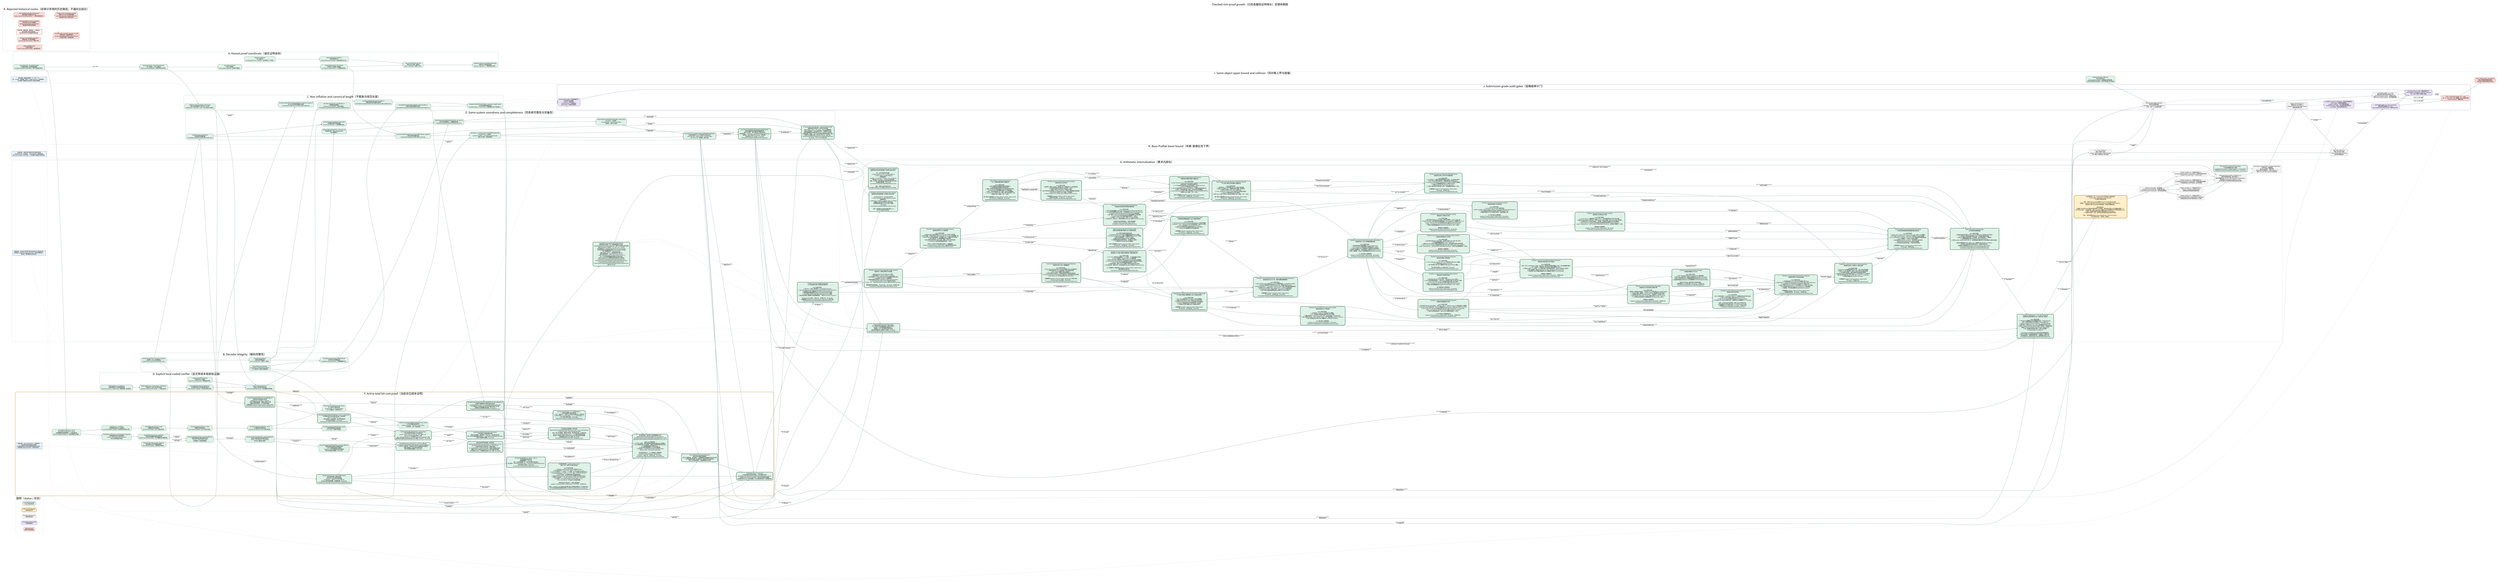
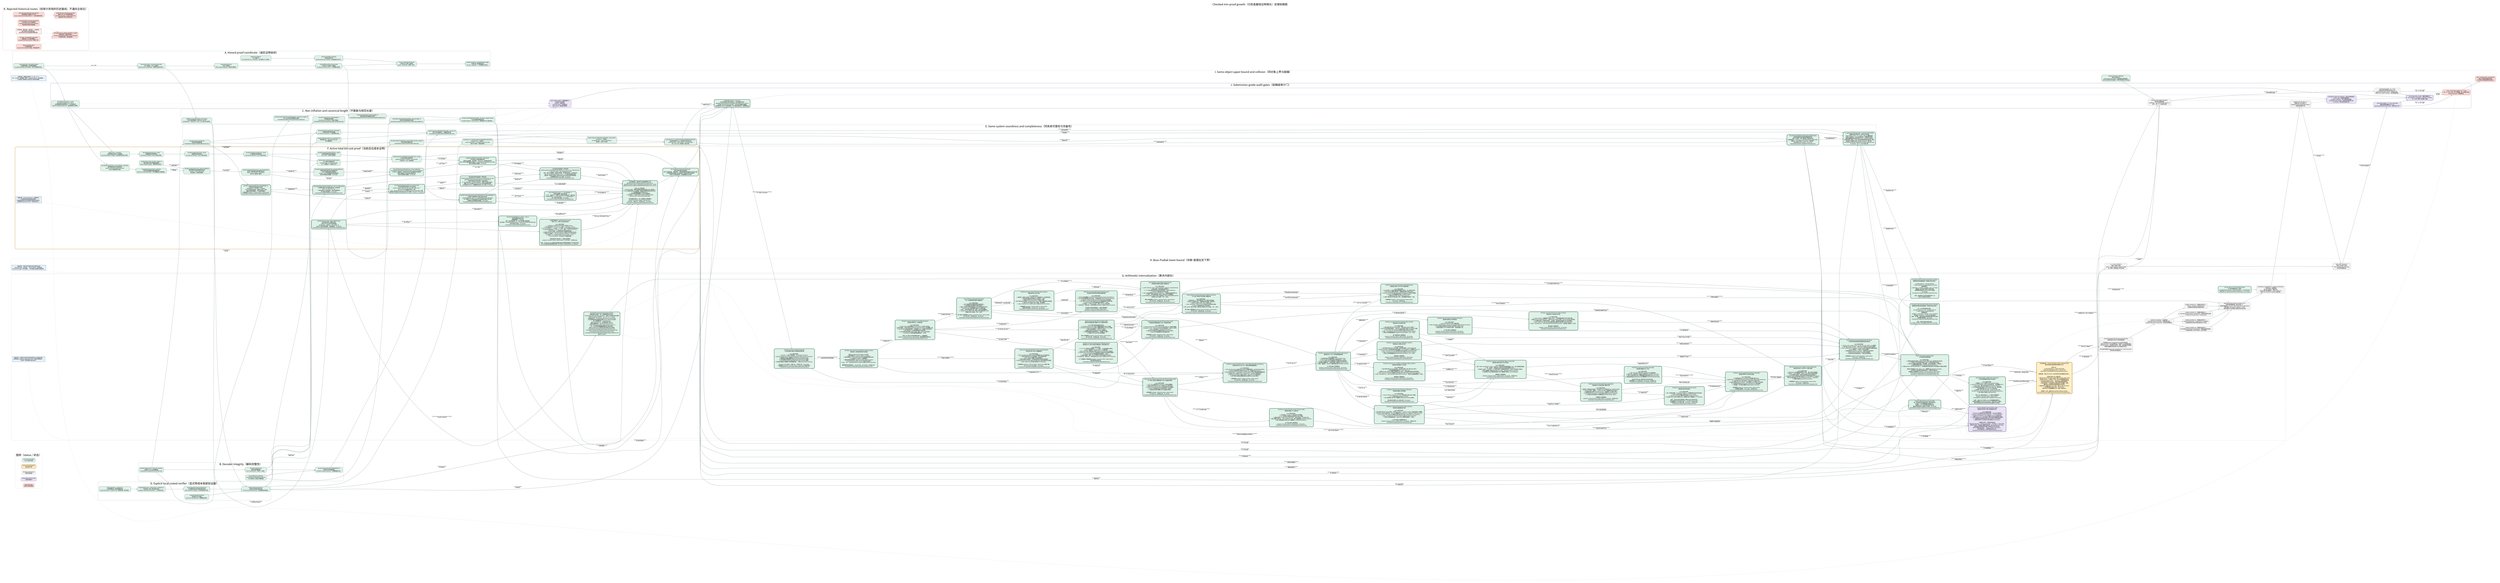
digraph CheckedMinProofDependencies {
  graph [
    rankdir=LR,
    bgcolor="white",
    compound=true,
    newrank=true,
    pad="0.35",
    nodesep="0.30",
    ranksep="0.62",
    fontname="Noto Sans CJK SC",
    fontsize=24,
    label="Checked min-proof growth（已检查最短证明增长）定理依赖图",
    labelloc="t",
    labeljust="c"
  ];
  node [
    shape=box,
    style="rounded,filled",
    fontname="Noto Sans CJK SC",
    fontsize=10.5,
    color="#526d75",
    fillcolor="#eef3f4",
    margin="0.14,0.09",
    penwidth=1.2
  ];
  edge [
    fontname="Noto Sans CJK SC",
    fontsize=8.5,
    color="#65777d",
    arrowsize=0.68,
    penwidth=1.05
  ];

  subgraph cluster_legend {
    label="图例（status / 状态）";
    color="#c8d1d4";
    style="rounded";
    done [label="Lean kernel checked\nLean 内核已检查", fillcolor="#dff2e8", color="#3f7c66"];
    active [label="Active proof obligation\n当前证明义务", fillcolor="#fff0c9", color="#b37a12", penwidth=2.2];
    pending [label="Pending root theorem\n待闭合根定理", fillcolor="#f3f3f3", color="#777777", style="rounded,filled,dashed"];
    audit [label="Axiom/dependency audit\n公理/依赖审计", fillcolor="#e9e3f5", color="#76639a"];
    rejected [label="Rejected route\n经审计弃用的路线", fillcolor="#f8d9d6", color="#a8443d", style="rounded,filled,dashed"];
  }

  subgraph cluster_coordinate {
    label="A. Honest proof coordinate（诚实证明坐标）";
    color="#8fb7aa";
    style="rounded";

    natcode [label="binaryNatCode / decodeBinaryNat\n自然数前缀码 / 自然数前缀解码\nescaped-bit prefix serialization（转义位前缀序列化）", fillcolor="#dff2e8"];
    syntaxcode [label="binaryTermCode + binaryFormulaCode\n项二进制码 + 公式二进制码\ntyped syntax serialization（类型化语法序列化）", fillcolor="#dff2e8"];
    sequentcode [label="binarySequentCode\n序列二进制码\nfinite sequent payload（有限序列载荷）", fillcolor="#dff2e8"];
    prooftree [label="CheckedPAProofTree.binaryCode\n已检查 PA 证明树二进制码\n10 sequent-calculus rules（十条相继式规则）", fillcolor="#dff2e8"];
    axiomcert [label="PAAxiomCertificate\nPA 公理证书\n23 constructors incl. induction（含归纳的 23 个构造）", fillcolor="#dff2e8"];
    structcert [label="StructuralValidityCertificate\n结构有效性证书\nall local witnesses counted（全部局部见证计长）", fillcolor="#dff2e8"];
    certifiedcode [label="binaryCertifiedPAProofCode\n带证书 PA 证明二进制码\nproof + certificate（证明 + 证书）", fillcolor="#dff2e8"];
    packedcode [label="packBinaryString / packedPayloadLength\n位串打包 / 有效载荷长度\nNat.size = payload + 1（自然数位长等式）", fillcolor="#dff2e8"];

    natcode -> syntaxcode [label="labels / 标签"];
    syntaxcode -> sequentcode;
    sequentcode -> prooftree;
    axiomcert -> structcert;
    prooftree -> certifiedcode;
    structcert -> certifiedcode;
    certifiedcode -> packedcode;
  }

  subgraph cluster_decoder {
    label="B. Decoder integrity（解码完整性）";
    color="#8fb7aa";
    style="rounded";

    typeddecoder [label="decodeCompactTerm / Formula / Sequent\n紧凑项 / 公式 / 序列解码器\nFoundationCompactPAProofVerifier.lean", fillcolor="#dff2e8"];
    proofdecoder [label="decodeCompactProof\n紧凑证明树解码器\nall 10 constructors（全部十个构造）", fillcolor="#dff2e8"];
    certdecoder [label="decodePAAxiomCertificate\ndecodeStructuralValidityCertificate\nPA 公理证书 / 结构证书解码器", fillcolor="#dff2e8"];
    packeddecoder [label="decodeCompactPackedCertifiedPAProof\n打包带证书证明解码器\nno hidden auxiliary witness（无隐藏辅助见证）", fillcolor="#dff2e8"];

    typeddecoder -> proofdecoder;
    certdecoder -> packeddecoder;
    proofdecoder -> packeddecoder;
  }

  subgraph cluster_size {
    label="C. Non-inflation and canonical length（不膨胀与规范长度）";
    color="#8fb7aa";
    style="rounded";

    structural [label="decodeCompactProof_parseWeight_le\n证明解码结构量界\nstructural non-inflation（结构不膨胀）\nFoundationCompactProofDecoderStructuralBound.lean", fillcolor="#dff2e8"];
    syntaxcanonical [label="decodeCompactTerm/Formula/Sequent_canonical_length_le\n项/公式/序列规范重编码长度界\nFoundationCompactCanonicalDecodeLength.lean", fillcolor="#dff2e8"];
    proofcanonical [label="decodeCompactProof_binaryLength_le\n完整证明树规范重编码长度界\nFoundationCompactProofCanonicalDecodeLengthComplete.lean", fillcolor="#dff2e8"];
    certcanonical [label="decodeStructuralValidityCertificate_binaryLength_le\n结构证书规范重编码长度界\nFoundationCompactCertificateCanonicalDecodeLength.lean", fillcolor="#dff2e8"];
    totalcanonical [label="compactCertifiedPAProofVerifier_canonical_length_bound\n公开验证器规范载荷总界\naccepted output <= honest input（接受输出不长于诚实输入）", fillcolor="#dff2e8"];
    transformsize [label="shift/free/neg/substitution size bounds\n移位/自由变量嵌入/否定/代入大小界\nsubstitution <= formula × term（代入至多公式乘项）", fillcolor="#dff2e8"];

    typeddecoder -> syntaxcanonical;
    proofdecoder -> structural;
    syntaxcanonical -> proofcanonical;
    certdecoder -> certcanonical;
    proofcanonical -> totalcanonical;
    certcanonical -> totalcanonical;
    syntaxcode -> transformsize;
  }

  subgraph cluster_explicit_local {
    label="D. Explicit local costed verifier（显式带成本局部验证器）";
    color="#8fb7aa";
    style="rounded";

    biteq [label="bitStringEqTrace / natEqTrace\n位串相等轨迹 / 自然数相等轨迹\nresult correctness + explicit cost（结果正确 + 显式成本）", fillcolor="#dff2e8"];
    bitset [label="bitStringMemTrace / SubsetTrace / SetEqTrace\n位串成员 / 包含 / 集合等价轨迹\nquadratic-style explicit bounds（二次型显式界）", fillcolor="#dff2e8"];
    formulalist [label="formulaEq/Mem/Subset/SetEqTrace\n公式相等/成员/包含/集合等价轨迹\ncode emission charged（公式码生成已计费）", fillcolor="#dff2e8"];
    listedtree [label="ListedCheckedPAProofTree\n列表序列 PA 证明树\npreserves decoded lists（保留解码列表）", fillcolor="#dff2e8"];
    listedcert [label="listedCertificateValidTrace\n列表证书有效性成本轨迹\nno Finset decide black box（无有限集判定黑箱）", fillcolor="#dff2e8"];

    biteq -> bitset;
    bitset -> formulalist;
    listedtree -> listedcert;
    formulalist -> listedcert;
    transformsize -> listedcert [label="local transforms\n局部变换"];
  }

  subgraph cluster_same_system {
    label="E. Same-system soundness and completeness（同系统可靠性与完备性）";
    color="#8fb7aa";
    style="rounded";

    listdecoder [label="decodeCompactListedProof\n列表保持证明解码器\nFoundationCompactListedProofDecoder.lean", fillcolor="#dff2e8"];
    projection [label="decodeCompactListedProof_toChecked\n列表解码投影到原检查器\n10-rule fuel induction（十规则燃料归纳）", fillcolor="#dff2e8"];
    localiff [label="listedCertificateValidTrace_toChecked_iff\n新局部轨迹 <-> 原 certificateValid\n语义精确等价", fillcolor="#dff2e8"];
    publiciff [label="listedCompactCertifiedPAProofVerifier_eq_true_iff\n新公开验证器接受 <-> 精确检查关系\nFoundationCompactListedCertifiedVerifier.lean", fillcolor="#dff2e8"];
    soundness [label="listedCompactCertifiedPAProofVerifier_toDerivation\nsoundness（可靠性）\naccepted code -> real PA Derivation2\n接受码 -> 真实 PA 推导", fillcolor="#dff2e8"];
    listencoder [label="decodeCompactListedProof_canonicalBinaryCode_append\n列表证明规范编码往返\nFoundationCompactListedProofEncoder.lean", fillcolor="#dff2e8"];
    completeness [label="derivation_to_listedCompactCertifiedPAProofVerifier\ncompleteness（完备性）\nreal PA derivation -> accepted canonical code\n真实 PA 推导 -> 规范接受码", fillcolor="#dff2e8"];
    predicate [label="Concrete P(x,y) / ListedCompactCertifiedPAProofChecks\n具体证明谓词 P(x,y) / 列表带证书检查关系\nsame formula + same checker + honest length\n同一公式 + 同一检查器 + 诚实长度", fillcolor="#dff2e8", penwidth=2.0];
    minmeasure [
      label="minListedCertifiedPAProofPayloadLength(formula)\n具体检查器诱导的最短完整载荷长度\n真实 PA 推导 -> 最小值由某个接受码实现\n任意接受码 -> minimum <= packedPayloadLength(code)\n接受码 -> 同公式真实 Derivation2（推导树）\n无项目级 proof_length；无 sorryAx\nFoundationCompactListedMinProofLength.lean",
      fillcolor="#dff2e8", color="#2f6f57", penwidth=2.8
    ];
    canonicalnormalize [
      label="P_canon(code, formulaCode) + canonical Bool verifier\n纯数值规范证明关系 + 规范布尔验证器\nBool verifier = true <-> P_canon，由 Lean 精确证明\n任意公开接受码 -> 同公式码规范码，完整载荷不增长\n最短完整载荷必由真实规范 proof + certificate 码实现\n全体码有限一致性 <-> 同 cutoff 的纯数值规范码有限一致性\n非规范/冗余编码不能人为压低 minimum（最小值）\nFoundationCompactListedCanonicalNormalization.lean\n无 sorryAx；仅三个 Lean 标准公理",
      fillcolor="#dff2e8", color="#2f6f57", penwidth=2.8
    ];

    typeddecoder -> listdecoder;
    listdecoder -> projection;
    proofdecoder -> projection;
    listedcert -> localiff;
    projection -> publiciff;
    localiff -> publiciff;
    packeddecoder -> publiciff;
    publiciff -> soundness;
    prooftree -> listencoder;
    listdecoder -> listencoder;
    listencoder -> completeness;
    listedcert -> completeness;
    soundness -> predicate;
    completeness -> predicate;
    predicate -> minmeasure [label="minimum over accepted codes\n对接受码取最小值"];
    completeness -> minmeasure [label="nonempty accepted set\n接受集合非空"];
    publiciff -> canonicalnormalize [label="decode every accepted code\n解码任意接受码"];
    listencoder -> canonicalnormalize [label="canonical re-encoding\n规范重编码"];
    totalcanonical -> canonicalnormalize [label="no payload growth\n载荷不增长"];
    minmeasure -> canonicalnormalize [label="minimum realized canonically\n最小值由规范码实现"];
  }

  subgraph cluster_cost_active {
    label="F. Active total bit-cost proof（当前总位成本证明）";
    color="#c18a27";
    style="rounded,bold";

    nattrace [label="decodeBinaryNatTrace_result\ndecodeBinaryNatTrace_cost_le\n自然数解码轨迹结果等价 + 二次位成本界\nNat.bit charged by Nat.size（按自然数位长收费）", fillcolor="#dff2e8", color="#3f7c66"];
    tracebind [label="OptionTrace + traceBind\n可选结果成本轨迹 + 轨迹绑定\nevery bind/failure charged（每次绑定/失败均计费）", fillcolor="#dff2e8", color="#3f7c66"];
    vectortrace [label="decodeManyVectorTrace_result\n向量解码轨迹结果等价\nLean kernel checked（Lean 内核已检查）", fillcolor="#dff2e8", color="#3f7c66"];
    termtrace [label="decodeCompactTermTrace_result\n项解码轨迹结果等价\nLean kernel checked（Lean 内核已检查）", fillcolor="#dff2e8", color="#3f7c66"];
    formulatrace [label="decodeCompactFormulaTrace_result\n公式解码轨迹结果等价\nLean kernel checked（Lean 内核已检查）", fillcolor="#dff2e8", color="#3f7c66"];
    prooftrace [label="decodeCompactListedProofTrace_result\n列表证明解码轨迹结果等价\nall 10 rules（全部十条规则）", fillcolor="#dff2e8", color="#3f7c66"];
    certtrace [label="PA/structural certificate decoder traces\nPA / 结构证书解码轨迹\n23 axiom tags + 4 recursive nodes\n23 个公理标签 + 4 种递归节点", fillcolor="#dff2e8", color="#3f7c66"];
    publictrace [label="listedCompactCertifiedPAProofVerifierTrace_result\n公开验证器轨迹结果等价\npacked envelope + formula + local checks\n打包外壳 + 公式 + 局部检查", fillcolor="#dff2e8", color="#3f7c66"];
    natpotential [label="decodeBinaryNatTrace_success/failure_potential\n自然数解码成功/失败势能界\nquartic consumed-prefix invariant\n四次已消费前缀不变量", fillcolor="#dff2e8", color="#3f7c66"];
    vectorpotential [label="decodeManyVectorTrace_potential\n任意长度向量解码摊还势能定理\ndisjoint consumed prefixes（互不重叠的已消费前缀）", fillcolor="#dff2e8", color="#3f7c66"];
    symbolcharge [label="arithmeticFunc/Rel_decode_charge_le\n算术函数/关系符号解码收费界\nfinite ORing language（有限有序环语言）", fillcolor="#dff2e8", color="#3f7c66"];
    termpotential [label="decodeCompactTermTrace_parserCostBound\n紧凑项解码器全路径摊还成本界\nsuccess + every failure path\n成功路径 + 全部失败路径", fillcolor="#dff2e8", color="#3f7c66"];
    formulapotential [label="decodeCompactFormulaTrace_parserCostBound\n紧凑公式解码器全路径摊还成本界\natoms / connectives / quantifiers\n原子式 / 联结词 / 量词", fillcolor="#dff2e8", color="#3f7c66"];
    proofpotential [
      label="decodeCompactListedProofTrace_parserCostBound\n列表证明树全路径四次势能成本界\n十条 PA 相继式规则全部通过\nand/cut 二叉子证明势能已望远镜相消\n成功/失败路径全覆盖；无 sorryAx",
      fillcolor="#dff2e8", color="#3f7c66"
    ];
    certpotential [
      label="decodePAAxiomCertificateTrace_parserCostBound\ndecodeStructuralValidityCertificateTrace_parserCostBound\n23 种 PA 公理标签 + 4 种递归证书节点全路径四次势能界\n归纳公理体和二元证书树已摊还闭合\n成功/失败路径全覆盖；无 sorryAx",
      fillcolor="#dff2e8", color="#3f7c66", penwidth=2.2
    ];
    packedcost [
      label="packed proof/formula decoder cost bounds\n打包证明/公式解码器成本界\n证明+证书串联、末位哨兵、dropLast、空后缀全部闭合\n两个公开打包解码器均不超过 2 × decoderPotential(Nat.size code)\n成功/失败路径全覆盖；无 sorryAx",
      fillcolor="#dff2e8", color="#2f6f57", penwidth=2.8
    ];
    transformcode [
      label="transformation binary-code length bounds\n语法变换完整二进制码长界\nshift/free/neg 均至多线性膨胀\nsubstitution：|phi[t]| <= 3(F+1)(W+1)F\n含 qpow 量词深度预算；无隐藏参数；无 sorryAx\nFoundationCompactSyntaxTransformationCodeBounds.lean",
      fillcolor="#dff2e8", color="#2f6f57", penwidth=2.8
    ];
    negtrace [
      label="binaryFormulaNegTrace_result / _cost_le\n否定变换真实递归轨迹\n结果精确等于 ∼formula\n每个公式构造收费一步；原子项向量不重复遍历\n执行成本 <= formulaSymbolCount <= |binaryFormulaCode(formula)|\n单文件探针已通过；无 sorryAx\nFoundationCompactSyntaxNegationTrace.lean",
      fillcolor="#dff2e8", color="#2f6f57", penwidth=2.8
    ];
    axmjoint [
      label="axm comparator input <= 2 * jointWeight + 1\n公理比较器输入联合坐标界\n上下文、候选句子、完整 PA 公理证书均落在同一诚实位权\ncertificateBits + sentenceBits + 1 <= 2 * jointWeight + 1\n四个坐标引理已通过；无 sorryAx\nFoundationCompactListedAxiomJointWeight.lean",
      fillcolor="#dff2e8", color="#2f6f57", penwidth=2.8
    ];
    honestproof [
      label="decodeCompactListedProof_honestWeight_le\n列表保持证明树诚实位权界\nweight(tree) + 8|suffix| <= 8|input|\n十条 PA 规则全部闭合；重复公式逐个计费\n覆盖任意成功解码，不只是规范编码\n公理画像仅 propext / Classical.choice / Quot.sound\nFoundationCompactListedProofHonestWeight.lean",
      fillcolor="#dff2e8", color="#2f6f57", penwidth=2.8
    ];
    honestcert [
      label="decodeCompactPackedListedCertifiedPAProof_honestWeight_le\n证明树+完整结构证书联合诚实位权界\njointWeight(tree,cert) <= 8 * packedPayloadLength(code)\nPA 公理证书 23 标签及递归证书全部由实际输入位计费\n无辅助见证和隐藏长度参数；无 sorryAx\nFoundationCompactListedCertifiedHonestWeight.lean",
      fillcolor="#dff2e8", color="#2f6f57", penwidth=2.8
    ];
    localprimitives [
      label="formulaEq/Mem/Subset/SetEqTrace_cost_le_polynomial\n公式相等/成员/包含/集合等价统一位成本界\nP(w) = 4 + 2(w+3)^2 + w\nw 是全部输入公式码位权，包含列表重复项\n四个端点全部通过；无 sorryAx\nFoundationCompactListedLocalCostPrimitives.lean",
      fillcolor="#dff2e8", color="#2f6f57", penwidth=2.8
    ];
    localbranches9 [
      label="10/10 listedCertificateValidTrace cost branches\n十条证明规则局部成本分支全部闭合\nclosed / verum / and / or / all / exs / wk / shift / cut：\n由 P(G(w)) 及生成语法界统一计费\naxm：由 A(w)=K*(2w+1)^12 的真实 guarded comparator 计费\n最终每节点固定多项式包络已由 Lean 检查；无 haxm、无 sorryAx",
      fillcolor="#dff2e8", color="#2f6f57", penwidth=2.8
    ];
    localinduction [
      label="联合坐标内部归纳骨架 + 具体实例\nlistedCertificateValidTrace_jointCost_le_polynomial_of_axm\nguardedListedCertificateValidTrace_jointCost_le\n十规则证明树/证书同步统一归纳已通过\nb = proofWeight + certificateWeight（证明+证书联合位权）\n抽象 haxm 已由真实 guarded axm 成本定理具体消除\n公开实例无 haxm；公理画像仅标准 Lean 公理；无 sorryAx",
      fillcolor="#dff2e8", color="#2f6f57", penwidth=2.8
    ];
    publicskeleton [
      label="公开总成本内部骨架 + 具体实例\nlistedCompactCertifiedPAProofVerifierTrace_cost_le_of_certificateTrace\ns = Nat.size(code) + Nat.size(formulaCode)\n合并：两个打包解码、局部证书检查、结论集合比较、公式码比较\nQ(s)=4*decoderPotential(s)+L(s)+1，L(s) 是显式固定多项式\n原先唯一内部证书成本义务现已由 guarded 联合成本定理消除\n公理画像仅标准 Lean 公理；无 sorryAx\nFoundationCompactListedPublicCostSkeleton.lean",
      fillcolor="#dff2e8", color="#2f6f57", penwidth=2.8
    ];
    publiccost [
      label="【主终端完成：具体带守卫检查器最终汇合】\nguardedListedCertificateValidTrace_jointCost_le\nguardedListedCompactCertifiedPAProofVerifierTrace_result\nguardedListedCompactCertifiedPAProofVerifierTrace_cost_le\n\n已由 Lean 内核检查：\n1. axm 的 23 标签、接受/拒绝路径和候选长度 guard 全部统一；\n2. axm 局部成本进入与证明树、结构证书相同的诚实联合位权；\n3. 十规则整树成本不再带 haxm；\n4. 公开轨迹结果精确等于公开验证器结果；\n5. 总位成本 <= listedPublicVerifierCostPolynomial(\n   Nat.size code + Nat.size formulaCode)。\n\n定向构建退出码 0；五个关键端点公理画像仅\npropext / Classical.choice / Quot.sound。\n无 haxm、无输入包、无项目公设、无 sorryAx。\nFoundationCompactListedGuardedAxiomCost.lean",
      fillcolor="#dff2e8", color="#2f6f57", penwidth=2.8
    ];
    amortized [label="Success/failure total potential bound\n成功/失败全路径总势能界\n两个打包解码器、语法变换、十规则局部检查和最终比较均已计费\n公开轨迹的所有输入对均满足同一固定多项式位成本界\n不是只分析接受路径；无隐藏辅助见证长度", fillcolor="#dff2e8", color="#2f6f57", style="rounded,filled", penwidth=2.8];
    costnote [shape=note, label="关键注释：result equivalence（结果等价）\n只证明轨迹没有改掉验证结果；\n必须再证明成功/失败全路径的固定多项式界，\n才能声称 polynomial time（多项式时间）。", fillcolor="#e8f1f8", color="#4e7892"];
    transformtrace [label="【共享终端完成：guarded axiom trace】\n移位 / 代入 / 带守卫公理比较轨迹\n\nLean 内核已检查：\n1. shift/free/substitution/list/fixitr 的真实 QTrace；\n2. fixitr 输出码长 <= 4*(L+1)^2；成本 <= 128*(m+L+1)^2*L；\n3. succInd 四次代入、三次否定、三个析取、两个全称量词全部真实执行；\n4. succInd 输出码长 <= 10^7*(L+1)^4；成本 <= 10^11*(L+1)^12；\n5. guard 完备：合法相等候选不会被提前拒绝；\n6. 接受分支 fixitr/allClosure/formulaEq 与拒绝分支总成本均闭合；\n7. 全部 23 标签统一：true iff certificate.sentence = candidate；\n8. 总成本 <= K*(certificateBits+sentenceBits+1)^12，\n   K=10^30+(3B+4)，B 为显式 26 句固定预算。\n\n两条验收命令退出码 0；关键公理画像仅\npropext / Classical.choice / Quot.sound；无 sorryAx、无项目公设。\n\n边界：certificate-only 直接生成完整归纳句在稀疏变量编号下不可能多项式；\n本节点完成的是保持接受关系的 candidate-length guarded comparator。", fillcolor="#dff2e8", color="#2f6f57", style="rounded,filled", penwidth=2.8];
    polytime [label="VerifierBitCost(x,y) <= p(|x|+|y|)\n公开验证器总位成本不超过一个显式固定多项式\nguardedListedCompactCertifiedPAProofVerifierTrace_cost_le\n对全部 code/formulaCode 成立，成功与失败路径均覆盖\n这里是项目 QTrace 位成本模型；PA 内短证明仍由下一簇单独完成", fillcolor="#dff2e8", color="#2f6f57", style="rounded,filled", penwidth=2.8];

    natcode -> nattrace;
    nattrace -> tracebind;
    tracebind -> vectortrace;
    vectortrace -> termtrace;
    termtrace -> formulatrace;
    formulatrace -> prooftrace;
    certdecoder -> certtrace;
    formulatrace -> certtrace;
    prooftrace -> publictrace;
    certtrace -> publictrace;
    publictrace -> amortized [label="exact behavior first\n先固定精确行为"];
    nattrace -> natpotential;
    natpotential -> vectorpotential;
    vectorpotential -> termpotential [label="argument vectors\n参数向量"];
    symbolcharge -> termpotential [label="finite symbol decoding\n有限符号解码"];
    termpotential -> formulapotential [label="terms inside atoms\n原子式中的项"];
    formulapotential -> proofpotential [label="formulas inside sequents\n序列中的公式"];
    proofpotential -> certpotential [label="proof/certificate alignment\n证明树/证书树对齐"];
    formulapotential -> certpotential [label="induction body\n归纳公理体"];
    certpotential -> packedcost [label="proof + certificate stream\n证明 + 证书串"];
    publictrace -> packedcost [label="same executable result\n同一可执行结果"];
    packedcost -> publiccost [label="decoded objects\n已解码对象"];
    transformsize -> transformcode [label="from symbol count to full bits\n从符号数提升到完整位长"];
    transformcode -> negtrace [label="input bit-length control\n输入位长控制"];
    negtrace -> publiccost [label="closed/cut negation charge\n闭合/切规则否定计费"];
    transformcode -> publiccost [label="generated-code bounds\n生成公式码长界"];
    listdecoder -> honestproof [label="all successful parses\n全部成功解码"];
    honestproof -> honestcert [label="proof-tree charge\n证明树计费"];
    certcanonical -> honestcert [label="full certificate bits\n完整证书位"];
    honestcert -> publiccost [label="joint decoded-data bound\n联合解码数据界"];
    honestcert -> axmjoint [label="proof + certificate coordinate\n证明 + 证书坐标"];
    axmjoint -> publiccost [label="guarded comparator input bound\n带守卫比较器输入界"];
    listedcert -> localprimitives [label="exact trace costs\n精确轨迹成本"];
    honestproof -> localprimitives [label="duplicate-preserving weights\n保留重复项位权"];
    localprimitives -> publiccost [label="uniform quadratic bound\n统一二次界"];
    localprimitives -> localbranches9 [label="per-rule instantiation\n逐规则实例化"];
    transformcode -> localbranches9 [label="generated syntax bounds\n生成语法界"];
    localbranches9 -> publiccost [label="nine checked branches\n九条已检查分支"];
    localbranches9 -> localinduction [label="structural aggregation\n结构汇总"];
    localinduction -> publiccost [label="haxm concretely discharged\nhaxm 已由具体定理消除"];
    localinduction -> publicskeleton [label="local certificate polynomial\n局部证书多项式"];
    packedcost -> publicskeleton [label="two packed decoder bounds\n两个打包解码界"];
    honestcert -> publicskeleton [label="decoded joint weight\n解码联合位权"];
    publicskeleton -> publiccost [label="concrete discharge checked\n具体消义务已检查"];
    listedcert -> publiccost [label="explicit local checks\n显式局部检查"];
    publiccost -> amortized;
    totalcanonical -> amortized [label="consumed-length control\n消费长度控制"];
    costnote -> amortized [style=dotted, arrowhead=none, constraint=false];
    transformcode -> transformtrace;
    transformtrace -> publiccost [label="guarded axm + shift/free/substitution costs\n带守卫公理 + 移位/自由化/代入成本"];
    amortized -> polytime;
    transformtrace -> polytime;
    totalcanonical -> polytime [label="input/output length control\n输入输出长度控制"];
    listedcert -> polytime [label="local cost bounds\n局部成本界"];
    predicate -> polytime [label="exact executable relation\n精确可执行关系"];
  }

  subgraph cluster_internalization {
    label="G. Arithmetic internalization（算术内部化）";
    color="#9a9a9a";
    style="rounded,dashed";

    listedconmeta [label="ListedCertifiedFiniteConsistencyAt(k)\n同一列表保持验证器的有限一致性元层语义\n无长度 <= k 的完整载荷码被接受为 ⊥\n普通及 2^(A*n) 放大版本无条件为真\n接受反向恢复同公式真实 PA 推导；无 sorryAx\nFoundationCompactListedFiniteConsistencyTarget.lean", fillcolor="#dff2e8", color="#2f6f57", penwidth=2.8];
    arithinput [label="Primitive-recursive packed input layer\n公开验证器打包输入的原始递归算术层\n\nLean 内核已检查：\n1. Nat.bits（小端二进制展开）为 primitive recursive；\n2. getLast?/dropLast 与 sentinel payload peel 均为 primitive recursive；\n3. 剥离成功 iff 输入精确等于 packBinaryString(payload)；\n4. 新剥离器结果精确等于现有 packedPayloadTrace 结果；\n5. decodeBinaryNat 已由 right-fold state machine 重建；\n6. 新状态机逐输入精确等于原前缀解码器，二者均为 primitive recursive。\n\n无 typed syntax 假设、无输入包、无项目公设、无 sorryAx；\n公理画像仅 propext / Classical.choice / Quot.sound 或其子集。\nFoundationCompactListedVerifierArithmeticInput.lean", fillcolor="#dff2e8", color="#2f6f57", penwidth=2.8];
    tokenstream [label="Primitive-recursive binary-Nat token stream machine\n原始递归二进制自然数记号流机器\n\n具体 bounded iterator 已由 Lean 检查：\n1. 状态明确区分 running / failed / accepted；\n2. 每步调用同一个 decodeBinaryNat 并保留真实剩余位串；\n3. 总步数由 inputBits+1 明确限制；\n4. 最终结果逐位串等于 repeated-prefix reference parser；\n5. binaryNatCode token stream 的规范往返成立；\n6. step、run、output 和 reference parser 全部 primitive recursive。\n\n覆盖畸形和非规范输入；无 rawCode、无 sorryAx、无项目公设。\nFoundationCompactBinaryNatStreamMachine.lean", fillcolor="#dff2e8", color="#2f6f57", penwidth=2.8];
    bitsync [label="Exact noncanonical bit/token stream synchronization\n非规范位流与 token 流精确同步\n\nLean 内核已检查：\n1. 定义 repeated decodeBinaryNat 的精确 token/位后缀关系；\n2. 关系可按任意 token 前后缀唯一切分并重新合成；\n3. 同一 token 前缀留下的位后缀唯一；\n4. 规范位编码只是特例，不把非规范高位零误判为规范码；\n5. bounded stream decoder 成功 iff 全部 token 恰好消费至空位后缀；\n6. 每个 token-list split 都对应真实 bit boundary。\n\n公理画像仅 propext / Classical.choice / Quot.sound 或其子集；\n无 canonical-input 假设、无 sorryAx。\nFoundationCompactBinaryNatStreamSynchronization.lean", fillcolor="#dff2e8", color="#2f6f57", penwidth=2.8];
    syntaxparser [label="Primitive-recursive arithmetic term/formula parser\n原始递归算术项 / 公式解析器\n\nLean 内核已检查：\n1. 纯 Nat token 状态机覆盖 bvar/fvar/func 与全部公式构造；\n2. 有序环函数、关系符号码与 typed decoder 的 decode₂ 条件精确一致；\n3. repeat frame 逐项处理参数，不按稀疏 arity 一次展开巨型任务表；\n4. 每个真实项 / 公式都有精确执行步数定理；\n5. 执行步数不超过真实 token 长度，固定二次 fuel 必然足够；\n6. 公开 parser 对规范编码精确返回同一 suffix。\n\n定向 Lean 探针与目标构建退出码 0；公理画像仅\npropext / Classical.choice / Quot.sound；静态禁用项扫描为空。\nFoundationCompactSyntaxTokenMachine.lean", fillcolor="#dff2e8", color="#2f6f57", penwidth=2.8];
    syntaxinversion [label="Exact arbitrary-input syntax inversion\n项 / 公式解析器任意输入精确反演\n\nLean 内核已检查：\n1. 每个纯数值任务栈都有类型化前缀语义；\n2. 每次数值状态转换反向保持该语义；\n3. 函数 / 关系符号有效码恢复同 arity 的真实有序环符号；\n4. repeat frame 恢复精确长度的 Fin 参数向量；\n5. 成功、失败及畸形输入统一由同一后向不变量覆盖；\n6. numeric parser 返回 suffix iff 输入等于某真实项 / 公式\n   的规范 token 前缀 ++ 同一 suffix。\n\n两个端点公理画像仅 propext / Classical.choice / Quot.sound；\n无 rawCode、无项目公设、无 sorryAx。\nFoundationCompactSyntaxTokenMachineInversion.lean", fillcolor="#dff2e8", color="#2f6f57", penwidth=2.8];
    syntaxbitsync [label="Typed syntax decoder iff exact token prefix\n类型化语法解码器与精确 token 前缀双向等价\n\nLean 内核已检查任意成功位串：\n1. decodeCompactTerm 成功 iff 精确消费该项 token 前缀；\n2. decodeCompactFormula 成功 iff 精确消费该公式 token 前缀；\n3. 两方向均保留同一个真实 bit suffix；\n4. 函数/关系符号代码由 decode₂ 精确恢复；\n5. 任意有限参数向量逐项同步，不隐藏 arity 展开；\n6. 非规范 binaryNat 表示完全覆盖。\n\n端点公理画像仅 propext / Classical.choice / Quot.sound；\n无 rawCode、无项目公设、无 sorryAx。\nFoundationCompactSyntaxBitTokenSynchronization.lean", fillcolor="#dff2e8", color="#2f6f57", penwidth=2.8];
    closedformula [label="Primitive-recursive closed-formula token machine\n原始递归闭公式记号机\n\nLean 内核已检查：\n1. 复用同一紧凑公式语法，但所有 term 位置遇到 fvar 标签即拒绝；\n2. 每次成功恢复真实类型化公式及同一 suffix；\n3. 恢复公式的 freeVariables 严格等于空集；\n4. 每个真实闭公式及每个 ArithmeticSentence 的嵌入规范编码必被接受；\n5. 成功 iff 闭公式规范 token 前缀，双向精确；\n6. step / bounded run / public parser 全部 primitive recursive。\n\n公理画像仅 propext / Classical.choice / Quot.sound；\n无额外闭性参数、无 rawCode、无 sorryAx。\nFoundationCompactClosedFormulaTokenMachine.lean", fillcolor="#dff2e8", color="#2f6f57", penwidth=2.8];
    proofparser [label="Primitive-recursive listed-proof structural parser\n原始递归列表保持证明树结构解析器\n\nLean 内核已检查：\n1. 纯 Nat 任务栈覆盖 closed/axm/verum/and/or/all/exs/wk/shift/cut；\n2. axm 标签现调用独立闭公式机，不再把普通 proposition 当 sentence；\n3. sequent cardinality 由 repeat-formula frame 逐项消费；\n4. 每个真实 ListedCheckedPAProofTree 都有精确执行步数定理；\n5. and/cut 左右子证明按编码顺序消费同一 suffix；\n6. 总步数 <= 2*tokenLength，固定二次 fuel 必然足够；\n7. 十标签分派、闭句分支、总状态机和公开 parser 全部 primitive recursive。\n\n定向探针及目标构建通过；关键公理画像仅\npropext / Classical.choice / Quot.sound。\nFoundationCompactProofTokenMachine.lean", fillcolor="#dff2e8", color="#2f6f57", penwidth=2.8];
    proofinversion [label="Exact arbitrary-input listed-proof inversion\n列表保持证明树任意输入精确反演\n\nLean 内核已检查：\n1. proof / formula / term / repeat-formula / sequent / closed-formula\n   六类任务统一具有类型化前缀语义；\n2. 十个节点标签的每条反向分支均恢复同一 typed proof tree；\n3. and/cut 严格恢复左右子树次序；\n4. axm 分支恢复真实 ArithmeticSentence，不接受含自由变量公式；\n5. 成功、失败及畸形输入由同一后向状态不变量覆盖；\n6. proof token parser 成功 iff 输入为某真实 ListedCheckedPAProofTree\n   的规范 token 前缀 ++ 同一 suffix。\n\n端点公理画像仅 propext / Classical.choice / Quot.sound；\n无 rawCode、无项目公设、无 sorryAx。\nFoundationCompactProofTokenMachineInversion.lean", fillcolor="#dff2e8", color="#2f6f57", penwidth=2.8];
    certparser [label="Primitive-recursive PA/structural certificate parsers\n原始递归 PA 公理 / 结构证书解析器（规范完备方向）\n\nLean 内核已检查：\n1. 23 个 PA 公理标签全部覆盖；0..21 固定，3/4 校验函数/关系码；\n2. tag 22 调用同一 binder-arity-1 公式解析器；\n3. 新 PA 证书 token 编码逐证书等于旧 binary code 的 Nat 前缀流；\n4. leaf/axiomCert/unary/binary 四类结构证书由显式任务栈递归解析；\n5. binary 左右子证书按编码顺序消费同一 suffix；\n6. 线性步数界、固定二次 fuel 和两个规范往返端点均已闭合；\n7. PA 标签分派、结构节点、总状态机和公开 parser 全部 primitive recursive。\n\n七个关键端点公理画像仅 propext / Classical.choice / Quot.sound；\n静态禁用项扫描为空。\nFoundationCompactCertificateTokenMachine.lean", fillcolor="#dff2e8", color="#2f6f57", penwidth=2.8];
    certinversion [label="Exact arbitrary-input PA/structural certificate inversion\nPA 公理 / 结构证书任意输入精确反演\n\nLean 内核已检查：\n1. 固定标签 0..21 逐项恢复对应 PA 公理证书构造器；\n2. 标签 3/4 恢复同 arity、同编码的真实函数 / 关系符号；\n3. 标签 22 恢复 binder-arity-1 归纳公式；\n4. leaf / axiomCert / unary / binary 四类节点全部反向恢复；\n5. binary 严格恢复左右子证书顺序；\n6. 两个 parser 成功 iff 输入为真实证书规范 token 前缀 ++ 同一 suffix。\n\n两个端点公理画像仅 propext / Classical.choice / Quot.sound；\n无 rawCode、无项目公设、无 sorryAx。\nFoundationCompactCertificateTokenMachineInversion.lean", fillcolor="#dff2e8", color="#2f6f57", penwidth=2.8];
    proofbitsync [label="Listed proof typed decoder iff exact token prefix\n列表保持证明解码器与 token 前缀双向等价\n\nLean 内核已检查：\n1. closed/axm/verum/and/or/all/exs/wk/shift/cut 十规则全覆盖；\n2. sequent、term、formula 与左右子证明保留同一真实 bit suffix；\n3. axm 分支恢复同一 ArithmeticSentence；\n4. 成功方向与完备方向均覆盖非规范 binaryNat 表示；\n5. and/cut 严格保留左右子树消费次序。\n\n公理画像仅 propext / Classical.choice / Quot.sound；\n无 rawCode、无项目公设、无 sorryAx。\nFoundationCompactProofBitTokenSynchronization.lean", fillcolor="#dff2e8", color="#2f6f57", penwidth=2.8];
    certbitsync [label="PA/structural certificate typed decoder iff exact token prefix\nPA 公理 / 结构证书解码器与 token 前缀双向等价\n\nLean 内核已检查：\n1. 23 个 PA 公理标签及 induction 公式体全部覆盖；\n2. 函数/关系符号由 decode₂ 恢复同 arity 真实符号；\n3. leaf/axiomCert/unary/binary 四类递归证书全覆盖；\n4. binary 严格保留左右证书顺序及同一位后缀；\n5. 任意成功位串与精确 token 前缀双向等价。\n\n公理画像仅 propext / Classical.choice / Quot.sound；\n无 rawCode、无项目公设、无 sorryAx。\nFoundationCompactCertificateBitTokenSynchronization.lean", fillcolor="#dff2e8", color="#2f6f57", penwidth=2.8];
    packedtokensync [label="Primitive-recursive packed stream + exact typed-decoder equivalence\n原始递归打包 token 流 + 类型化解码器精确等价\n\nLean 内核已检查：\n1. 公开 code 的 sentinel 哨兵位与 payload 剥离使用同一 packedPayloadBits；\n2. payload 逐前缀转为完整 Nat token 流，流函数已证 Primrec；\n3. listed proof tokens ++ structural certificate tokens 按公开解码顺序精确拼接；\n4. 证明码 token 流成功 iff 同一 typed proof + certificate 解码成功；\n5. formulaCode token 流成功 iff 同一 typed formula 解码成功；\n6. 两个等价均保留全载荷消费与非规范 binaryNat 表示。\n\n公理画像仅 propext / Classical.choice / Quot.sound；\n无 rawCode、无项目公设、无 sorryAx。\nFoundationCompactListedPackedBitTokenSynchronization.lean", fillcolor="#dff2e8", color="#2f6f57", penwidth=2.8];
    numericvalues [label="Primitive-recursive term/formula/sequent value parsers\n原始递归项 / 公式 / 序列数值值解析器\n\nLean 内核已检查：\n1. 在结构判断同时保留精确 canonical token slice；\n2. term 与 formula 解析返回已消费值及同一 suffix；\n3. sequent 按首 token 的基数逐公式解析并保持原顺序；\n4. 规范输入精确往返；任意成功输入恢复真实 typed syntax；\n5. 单值、重复值、sequent 总解析器全部 primitive recursive。\n\n九个审计端点公理画像仅\npropext / Classical.choice / Quot.sound；无 sorryAx。\nFoundationCompactNumericSyntaxValueParser.lean", fillcolor="#dff2e8", color="#2f6f57", penwidth=2.8];
    numericchecks [label="Primitive-recursive numeric formula-list checks\n原始递归数值公式列表检查\n\nLean 内核已检查：\n1. canonical formula token 编码单射；\n2. token equality / membership / subset / set equality 全部 primitive recursive；\n3. 四个结果在任意规范公式列表上逐点等于 typed trace；\n4. 重复元素按 Finset 外延语义处理，与原检查器一致。\n\n九个审计端点公理画像仅\npropext / Classical.choice / Quot.sound；无 sorryAx。\nFoundationCompactNumericFormulaListChecks.lean", fillcolor="#dff2e8", color="#2f6f57", penwidth=2.8];
    numericconstructors [label="Primitive-recursive direct formula constructors\n原始递归直接公式构造器\n\nLean 内核已检查：\n1. verum / falsum / and / or / all / exs 六种构造全为纯 token 函数；\n2. 六个函数全部 primitive recursive；\n3. 每个规范输入逐 token 精确等于真实 typed formula 编码。\n\n审计端点仅依赖 Lean 标准公理；无 sorryAx。\nFoundationCompactNumericFormulaConstructors.lean", fillcolor="#dff2e8", color="#2f6f57", penwidth=2.8];
    numericnegation [label="Primitive-recursive formula-negation token machine\n原始递归公式否定记号机\n\nLean 内核已检查：\n1. 运行状态只有 Nat 与 Nat 列表，不把 typed syntax 当输入；\n2. term 记号逐项原样复制，八种 formula 标签执行真实 De Morgan 对偶；\n3. term / term-list / formula 的完整任务执行语义均已闭合；\n4. step、bounded run 与公开 transform 全部 primitive recursive；\n5. 规范公式前缀精确返回 negated formula tokens + 同一 suffix。\n\n两个最终端点公理画像仅\npropext / Classical.choice / Quot.sound；无 sorryAx。\nFoundationCompactNumericFormulaNegation.lean", fillcolor="#dff2e8", color="#2f6f57", penwidth=2.8];
    numericshift [label="Primitive-recursive formula-shift token machine\n原始递归公式移位记号机\n\nLean 内核已检查：\n1. 运行状态只有 Nat 与 Nat 列表，逐任务消费同一 parser token 流；\n2. bound variable 与全部结构标签原样保留，free variable [1,i] 精确变为 [1,i+1]；\n3. term / term-list / formula 的完整执行语义逐点等于 Rewriting.shift；\n4. step、bounded run 与公开 transform 全部 primitive recursive；\n5. 规范公式前缀精确返回 shifted formula tokens + 同一 suffix。\n\n最终端点公理画像仅\npropext / Classical.choice / Quot.sound；无 sorryAx。\nFoundationCompactNumericFormulaShift.lean", fillcolor="#dff2e8", color="#2f6f57", penwidth=2.8];
    numericfree [label="Primitive-recursive formula-free token machine\n原始递归公式自由化记号机\n\nLean 内核已检查：\n1. source arity n+1 精确降到 target arity n，任务栈携带量词下真实当前元数；\n2. 最后 bound variable 变为 &0，较早 bound variable 保持，旧 free variable 取后继；\n3. 仅消费长度为 2 的真实变量头，空消费、失败路径及函数头均不会误触发；\n4. term / term-list / formula 沿元数等式的完整语义逐点等于 Rewriting.free；\n5. step、bounded run、公开 transform 均 primitive recursive，规范输入保留同一 suffix。\n\n最终端点公理画像仅\npropext / Classical.choice / Quot.sound；无 sorryAx。\nFoundationCompactNumericFormulaFree.lean", fillcolor="#dff2e8", color="#2f6f57", penwidth=2.8];
    numericsubstitution [label="Primitive-recursive one-variable substitution token machine\n原始递归单变量代入记号机\n\nLean 内核已检查：\n1. 运行状态只有 Nat 与 Nat 列表，见证项以固定 token 输入进入迭代；\n2. 任务栈精确跟踪量词下 source arity 1+d；\n3. 最后 bound variable 替换为完整闭见证 token，其余变量与结构头原样保留；\n4. term / term-list / formula 完整执行语义逐 token 等于 ((Rew.subst ![w]).qpow d)；\n5. step、bounded run、公开 transform 均 primitive recursive，规范公式前缀保留同一 suffix。\n\n最终端点公理画像仅\npropext / Classical.choice / Quot.sound；无 sorryAx。\nFoundationCompactNumericFormulaSubstitution.lean", fillcolor="#dff2e8", color="#2f6f57", penwidth=2.8];
    numericfixitr [label="Primitive-recursive formula-fixitr token machine\n原始递归变量捕获记号机\n\nLean 内核已检查：\n1. 运行状态只有 Nat 与 Nat 列表，任意 base arity n、capture count m 与量词深度 d 均覆盖；\n2. bound variable 保持不变；free i<m 精确变为 bound n+d+i；其余 free i 变为 free (i-m)；\n3. term / term-list / formula 完整执行语义逐 token 等于 ((Rew.fixitr n m).qpow d)；\n4. step、bounded run 与公开 transform 全部 primitive recursive；\n5. 规范公式前缀返回同一 typed fixitr 结果并保留同一 suffix。\n\n十个审计端点公理画像至多为\npropext / Classical.choice / Quot.sound；无 sorryAx、无项目公设。\nFoundationCompactNumericFormulaFixitr.lean", fillcolor="#dff2e8", color="#2f6f57", penwidth=2.8];
    numericsuccind [label="Primitive-recursive succInd(body) token construction\n原始递归后继归纳公式记号构造\n\nLean 内核已检查：\n1. 每个 shift / substitution / fixitr / negation 子变换必须完整消费输入公式，禁止忽略畸形尾部；\n2. 零、开放零、开放后继三类见证均为固定纯数值 token；\n3. 四条代入执行、三次否定、三个析取与两个全称量词均在同一 Option 失败语义中组合；\n4. 整个函数输入/输出只有 Nat 与 List Nat，且已证 primitive recursive；\n5. 任意规范 body 的最终结果逐 token 精确等于原定义 succInd(body)。\n\n关键端点公理画像仅\npropext / Classical.choice / Quot.sound；无 sorryAx、无项目公设。\nFoundationCompactNumericSuccIndSentence.lean", fillcolor="#dff2e8", color="#2f6f57", penwidth=2.8];
    numericfvsup [label="Primitive-recursive formula fvSup computation\n原始递归公式自由变量上确界计算\n\nLean 内核已检查：\n1. 复用同一数值语法任务栈，只在真正 term 位置识别 free-variable token；\n2. relation 标签、函数头、bound variable 与普通数字均不会误计；\n3. 单遍输出逐点等于 formula.fvarList，并保留同一未消费 suffix；\n4. listFvSup 的 max(index+1) fold 已独立证明 primitive recursive；\n5. 公开端点对任意规范公式精确返回 (formula.fvSup, suffix)。\n\n关键端点公理画像仅\npropext / Classical.choice / Quot.sound；无 sorryAx、无项目公设。\nFoundationCompactNumericFormulaFvSup.lean", fillcolor="#dff2e8", color="#2f6f57", penwidth=2.8];
    numericallclosure [label="Primitive-recursive iterated universal closure\n原始递归迭代全称闭包\n\nLean 内核已检查：\n1. 每一步真实前置一个 universal token 6，不把整段闭包当作单位成本；\n2. depth 次迭代的输入/输出只有 Nat 与 List Nat；\n3. step 与 nat-iterate 整体均已证明 primitive recursive；\n4. 对任意 arity=depth 的规范公式，结果逐 token 精确等于 ∀⁰* formula。\n\n边界：本节点本身不宣称按二进制 depth 多项式时间；\n必须由黄色节点先证明 depth <= candidate bit length。\n公理画像仅 Lean 标准公理；无 sorryAx、无项目公设。\nFoundationCompactNumericAllClosure.lean", fillcolor="#dff2e8", color="#2f6f57", penwidth=2.8];
    numerictokenbitlength [label="Primitive-recursive exact token bit length\n原始递归精确 token 位长\n\nLean 内核已检查：\n1. 每个 Nat token 用公开 binaryNatCode 重新编码；\n2. 任意 token 列表的总二进制位长函数已证 primitive recursive；\n3. 项与公式的规范 token 流重新编码后逐位等于原 binary code；\n4. 因而规范候选公式的 token 位长精确等于公开 formulaCode 位长。\n\n这关闭了把 token 数误当位长的坐标风险；\n公理画像仅 Lean 标准公理，无 sorryAx、无项目公设。\nFoundationCompactNumericTokenBitLength.lean", fillcolor="#dff2e8", color="#2f6f57", penwidth=2.8];
    numericguardedinduction [label="Primitive-recursive guarded induction comparator\n原始递归带守卫归纳句比较器\n\nLean 内核已检查：\n1. 先纯数值构造 succInd(body) 并精确计算 fvSup；\n2. 仅当 fvSup <= candidate formulaCode bit length 才执行 fixitr/allClosure；\n3. 生成句逐 token 等于标签 22 的真实 PA 归纳证书句；\n4. 对每个规范 body/candidate，布尔结果为 true iff 两个句子相等；\n5. 守卫拒绝分支由 typed guard completeness 排除漏接；\n6. 构造器、守卫及比较器均已证 primitive recursive。\n\n公理画像仅 propext / Classical.choice / Quot.sound；\n无隐藏长度参数、无 sorryAx、无项目公设。\nFoundationCompactNumericGuardedInductionSentence.lean", fillcolor="#dff2e8", color="#2f6f57", penwidth=2.8];
    numericfixedaxioms [label="Primitive-recursive fixed PA-axiom sentence table\n原始递归固定 PA 公理句表\n\nLean 内核已检查：\n1. 证书标签 0..21 的 22 个非归纳分支全覆盖；\n2. 20 个无参数公理直接返回规范句 token 常量；\n3. 函数外延按 4 个合法 (arity,code) 分派，关系外延按 2 个合法对分派；\n4. 输入/输出只有 Nat、Nat×Nat 和 List Nat，整个查表函数 primitive recursive；\n5. 每个规范固定证书逐 token 精确等于 certificate.sentence。\n\n五个审计端点公理画像仅\npropext / Classical.choice / Quot.sound；无 sorryAx。\nFoundationCompactNumericFixedPAAxiomSentence.lean", fillcolor="#dff2e8", color="#2f6f57", penwidth=2.8];
    numericallaxioms [label="Primitive-recursive all-23-tag PA-axiom comparator\n原始递归全部 23 标签 PA 公理比较器\n\nLean 内核已检查：\n1. 证书 parser 必须精确消费到空 suffix，禁止多余垃圾尾部；\n2. 标签 0..21 进入固定表，标签 22 进入带守卫归纳比较器；\n3. 非法函数/关系码、畸形归纳体和未知标签均拒绝；\n4. 任意证书 token 对规范候选句返回 true iff 存在真实 PA 公理证书，\n   输入恰为其完整 token 且 certificate.sentence = candidate；\n5. 完整比较器已证 primitive recursive。\n\n公理画像仅 propext / Classical.choice / Quot.sound；\n无 sorryAx、无项目公设。\nFoundationCompactNumericPAAxiomComparator.lean", fillcolor="#dff2e8", color="#2f6f57", penwidth=2.8];
    numericrules [label="10/10 primitive-recursive listed local rule checks\n十条列表证明局部规则纯数值检查全部闭合\n\nLean 内核已检查：\n1. closed / axm / verum / and / or / all / exs / wk / shift / cut 全覆盖；\n2. 每个输入只有公式 token、序列 token 列表及子节点布尔结果；\n3. free / substitution / negation / sequent shift 均调用真实纯数值变换；\n4. axm 调用同一个全部 23 标签比较器；\n5. 每条函数均 primitive recursive，规范字段上逐点等于\n   listedCertificateValidTrace 对应分支结果；\n6. 子有效性是任务栈返回值，不是外部证明假设。\n\n公理画像仅 propext / Classical.choice / Quot.sound；\n无 sorryAx、无项目公设。\nFoundationCompactNumericListedRuleChecks.lean", fillcolor="#dff2e8", color="#2f6f57", penwidth=2.8];
    numericnodefields [label="Primitive-recursive synchronized node-field parsers\n原始递归证明 / 证书节点字段解析器\n\nLean 内核已检查：\n1. proof 标签 0..9 按真实编码顺序解析父序列、主公式和见证项；\n2. 每个节点只消费立即字段，完整保留后续子证明 token；\n3. structural certificate 的 leaf/axiom/unary/binary 四形状全覆盖；\n4. axiom 节点精确截取完整 PA 公理证书 token；\n5. 两侧 dispatcher 均 primitive recursive；\n6. 对每个真实树/证书及任意 suffix，返回精确字段和同一子流。\n\n公理画像仅 propext / Classical.choice / Quot.sound；\n无 sorryAx、无项目公设。\nFoundationCompactNumericListedNodeFields.lean", fillcolor="#dff2e8", color="#2f6f57", penwidth=2.8];
    numericparser [label="Public local-check numeric graph\n公开局部检查纯数值图\n\nLean 内核已检查：\n1. 有限任务栈同步消费 proof/certificate 两条 token 流并核对节点形状；\n2. 子结论与子布尔结果自底向上送入十条真实局部合并器；\n3. 显式 fuel 覆盖完整规范树，形状错配、耗尽及畸形输入一律拒绝；\n4. 规范树结果逐点等于 listedCertificateValidTrace；\n5. 任意 packed code/formulaCode 上，新纯数值验证器与原公开验证器布尔值逐点相等。\n\n全部运行数据仅为 Nat / Bool / List；完整图已证 primitive recursive。\n定向探针与目标模块构建退出码 0；禁用项扫描为空；\n关键端点公理画像仅 propext / Classical.choice / Quot.sound。\nFoundationCompactNumericListedTaskMachine.lean\nFoundationCompactNumericListedPublicVerifier.lean", fillcolor="#dff2e8", color="#2f6f57", penwidth=2.8];
-     compactformula [label="CompactProof(bound,y) + Con_PA^compact(k)\n紧凑有界证明谓词算术公式 + 紧凑有限一致性句\n\nLean 内核已检查：\n1. P(bound,y) 精确表示存在完整载荷长度 <= bound 的 code，\n   且同一绿色纯数值公开验证器在 (code,y) 返回 true；\n2. witness relation primitive recursive，P 为 RE predicate；\n3. 构造真实二变量 Sigma-one 公式，标准模型语义逐点 iff P；\n4. 用同一 compact falsumCode 定义有限一致性句，标准模型语义\n   精确 iff ListedCertifiedFiniteConsistencyAt(bound)；\n5. 短二进制数词实例符号数 <= 固定公式常数 *\n   (6*size(bound)+6*size(y)+2)。\n\nFoundation codeOfREPred 仅承担定性标准模型表示；\n本节点不声称 PA 内部短接受轨迹，后者是下一黄色节点。\n目标构建通过；禁用项扫描为空；公理画像仅标准三项。\nFoundationCompactNumericListedProofPredicate.lean", fillcolor="#dff2e8", color="#2f6f57", penwidth=2.8];
-     patrace [label="【主终端当前：同一 CompactProof 的定量 PA 接受轨迹】\nPA accepted-computation trace theorem\nPA 接受计算轨迹定理\n\n目标：给定 witness code 及绿色 numeric verifier 的 true 运行，\n构造同一 compactListedPAProofSentence(bound,y) 的真实 PA Derivation2，\n并给出关于输入位长与运行步数的统一多项式完整载荷界。\n\n当前证明任务：\n1. 暴露 codeOfREPred 所固定的算术程序/公式结构，或构造显式等价公式并重新核准同一 P；\n2. 将 packed 输入、任务栈状态、每步 transition 与最终 true 状态编码成 PA 可逐步核验的 trace；\n3. 用短二进制数词和固定局部引理拼接真实 proof object；\n4. 证明公式生成、见证、逐步验证及拼接总长度为固定多项式。\n\n禁止：逐实例调用 Sigma-one completeness / Classical.choice；\n它们只给存在性，不给统一长度界。", fillcolor="#fff0c9", color="#b37a12", penwidth=2.8];
+     directtrace [label="Direct finite public-verifier trace semantics\n公开验证器直接有限运行轨迹语义\n\nLean 内核已检查：\n1. 明确定义 time i 的真实 task-machine state；\n2. canonical trace 列出从 0 到 fuel 的全部状态，长度精确 fuel+1；\n3. trace 生成、索引及有效性均为 primitive recursive；\n4. 公开直接见证包记录 proof/formula token 流、解析结果、\n   结论值和完整 task-machine 状态列表；\n5. 对任意 code/formulaCode：publicVerifier=true\n   iff exists trace, DirectTraceValid(code,formulaCode,trace)；\n6. 整个端点不调用 projection/rfind。\n\n定向 Lean 探针退出码 0；六个端点公理画像仅\npropext / Classical.choice / Quot.sound。\nFoundationCompactNumericListedDirectTrace.lean\n\n边界：当前 Valid 对组件 parser 使用精确函数等式，\n中央状态链使用 canonical equality；局部 tableau 编码、\n组件内部轨迹及多项式序列化界仍由黄色节点完成。", fillcolor="#dff2e8", color="#2f6f57", penwidth=2.8];
+     resemanticprobe [label="Generic RE/rfind representation audit\n通用递归可枚举 / 最小化搜索表示审计\n\nLean 内核已检查：\n1. P(bound,y) 精确表示存在载荷长度 <= bound 的接受码；\n2. witness relation primitive recursive，P 为 RE predicate；\n3. 固定 Nat.ArithPart1.Code 并保留 Code.eval 求值证明；\n4. 二变量 Sigma-one 公式与有限一致性句的标准模型语义精确；\n5. 二进制数词实例具有线性于输入位长的公式符号数界；\n6. 接受实例在 PA 中定性可证并有真实 Derivation2。\n\n定量审计结论：构造链实际经过\nREPred.projection -> Partrec.projection -> rfindOpt -> Code.rfind；\n其算术公式含“所有更小搜索阶段失败”的 bounded minimality。\n目前没有该前缀证明长度关于载荷位长的多项式界，\n故它只保留为语义审计，不作为 suitable numeration。\n目标构建通过；公理画像仅标准三项。\nFoundationCompactNumericListedProofPredicate.lean", fillcolor="#e9e3f5", color="#76639a", penwidth=2.6];
+     compactformula [label="【主终端当前：Locally checkable direct CompactProof】\n局部可核验的直接紧凑证明算术公式\n\n目标公式：\nP_direct(bound,y) := exists proofCode,\n  payloadLength(proofCode) <= bound and\n  exists trace, DirectVerifierTrace(proofCode,y,trace)。\n\n前置进展：绿色 directtrace 已关闭存在轨迹的精确外部语义。\n\n当前必须由 Lean 内核关闭：\n1. 把 canonical state-list equality 改写为 initial / step / final\n   的局部 tableau（计算表）检查，禁止全局重算整条轨迹；\n2. 为 packed/token parser、公式 parser 与局部变换补齐\n   可组合的内部运行子轨迹，不能只保留函数结果等式；\n3. 给全部状态、子轨迹和见证构造显式 Nat 编码，证明\n   编码位长与局部核验总量有固定多项式界；\n4. 直接手写二变量 Sigma-one 公式，禁止 projection/rfind；\n5. 标准模型语义逐点 iff 同一 P(bound,y)，\n   否定 falsum 实例精确等于同一有限一致性语义。\n\n当前第一义务：局部 task-machine tableau checker\n及 canonical trace 对该 checker 的 soundness/completeness。", fillcolor="#fff0c9", color="#b37a12", penwidth=2.8];
+     patrace [label="PA proof compiler for the direct trace formula\n直接轨迹公式的 PA 短证明编译器\n\n等待黄色 direct CompactProof 公式闭合后启动：\n给定 proofCode 与合法接受轨迹，构造同一公式实例的真实\nPA Derivation2，并证明公式生成、见证、逐步核验及拼接的\n完整证明载荷长度为输入位长的固定多项式。\n\n禁止逐实例调用 Sigma-one completeness / Classical.choice\n来声称任何长度结论。", fillcolor="#f3f3f3", color="#777777", style="rounded,filled,dashed"];
    suitable [label="suitable numeration（合适枚举）\nbit graph representability（位图可表示性）\npolynomial proof construction（多项式证明构造）", fillcolor="#f3f3f3", color="#777777", style="rounded,filled,dashed"];
    cond0 [label="Pudlak condition (0)（普德拉克条件 0）\nPA 内证明 proof-bound monotonicity（证明长度界单调性）\nP 的较紧/较松 cutoff 可在同一公式中转换", fillcolor="#f3f3f3", color="#777777", style="rounded,filled,dashed"];
    cond1 [label="Pudlak condition (1)（普德拉克条件 1）\nexternal short proof -> internal P(n, code(phi))\n外部短证明以多项式开销内部化为 P 实例", fillcolor="#f3f3f3", color="#777777", style="rounded,filled,dashed"];
    cond2 [label="Pudlak condition (2)（普德拉克条件 2）\nP(n,m) -> P(q1(n), code(P(n,m)))\n证明谓词实例自身的定量内部化", fillcolor="#f3f3f3", color="#777777", style="rounded,filled,dashed"];
    cond3 [label="Pudlak condition (3)（普德拉克条件 3）\nbounded modus ponens composition（有界肯定前件合成）\nP(n,phi) 与 P(n,phi->psi) -> P(q2(n),psi)", fillcolor="#f3f3f3", color="#777777", style="rounded,filled,dashed"];
    mpcompiler [label="Accepted-code bounded modus ponens compiler\n接受码有界肯定前件编译器（外部语义层已闭合）\n\n同一公开列表保持验证器：\naccept(codeImp, A->B) + accept(codeA, A)\n  -> exists codeB, accept(codeB, B)\n完整载荷界：\n|codeB| <= |codeImp| + |codeA| + 240 + 34*S(A,B)\n两份输入 proof tree + certificate 原样复用\n树级、证书级、规范码级及任意接受码端点均已通过\n无隐藏长度参数；无 sorryAx\nFoundationCompactCertifiedModusPonens.lean\n\n注意：这里只关闭外部码合成；\nPA 内部 condition (3) 仍须由 arithmetic trace 内化。", fillcolor="#dff2e8", color="#2f6f57", penwidth=2.8];
    conjcompiler [label="Accepted-code bounded conjunction compiler\n接受码有界合取编译器（外部语义层已闭合）\n\naccept(codeA,A) + accept(codeB,B)\n  -> exists codeAnd, accept(codeAnd,A and B)\n完整载荷界：\n|codeAnd| <= |codeA| + |codeB| + 144 + 11*S(A,B)\n两棵输入树与两份完整证书原样复用\n任意接受码端点及 axiom profile 已通过\n无 sorryAx\nFoundationCompactCertifiedConjunction.lean\n\n注意：固定重言式与原文拼接步骤 (i)-(v)\n以及 PA 内部化仍未闭合。", fillcolor="#dff2e8", color="#2f6f57", penwidth=2.8];
    qdiagonal [label="Quantitative parameterized diagonalization\n定量参数化对角化（同一完整载荷坐标已闭合）\nFoundation parameterized_diagonal₁：固定 P 的全称证明为常数\n真实 Derivation2 实例化：cut + wk + exs + closed\n显式结构证书：binary(unary(baseCert), unary(leaf))\n公开列表保持验证器接受完整 proof+certificate 打包码\n短二进制数码项：2*previous+bit\n码长 O(Nat.size m)，标准模型值严格为 m\n最终完整载荷界：baseProof+baseCert+192\n + 2048*(formulaConstant+stepConstant*|m|+1)^3\n同一公式实例的精确最短载荷也不超过该界\n具体 CompactProof 谓词仍由灰色算术化节点提供\nFoundationCompactDerivationSpecialization.lean\nFoundationCompactCertifiedDerivationSpecialization.lean\nFoundationCompactBinaryNumeralTerm.lean\nFoundationCompactParameterizedDiagonalSpecialization.lean\n端点无 sorryAx", fillcolor="#dff2e8", color="#2f6f57", penwidth=2.8];
    proofassembly [label="Bounded proof-calculus assembly (i)-(v)\n有界证明演算拼接（原文步骤 i-v）\n固定命题重言式 + (0)-(3) + MP/conjunction composition\n逐步得到 not P(q5(m), bottom) -> D(m)\n每次拼接与公式实例化均须显式多项式长度", fillcolor="#f3f3f3", color="#777777", style="rounded,filled,dashed"];
    paconsistency [label="PA consistency in the standard model\nPA 在标准模型中的一致性\naccepted falsum proof -> real Derivation2 -> contradiction\n项目已有 noListedCertifiedPAProofOfFalsum；无 sorryAx", fillcolor="#dff2e8", color="#2f6f57", penwidth=2.4];
    exponentextract [label="Consistency contradiction + exponent extraction\n一致性反证 + 指数提取\n短 D(m) 证明与一致性冲突\nq5(m) 的多项式重标定 -> 存在 epsilon > 0\n推出 Con_A(n) 无 n^epsilon 长度证明", fillcolor="#f3f3f3", color="#777777", style="rounded,filled,dashed"];
    diagonal [label="Pudlak 1986 Theorem 3.1\n普德拉克 1986 定理 3.1\ndiagonal proof-length lower bound\n对角证明长度下界", fillcolor="#f3f3f3", color="#777777", style="rounded,filled,dashed", penwidth=2.0];
    internalnote [shape=note, label="关键注释：外部运行时间界不能自动变成 PA 内部短证明。\n必须构造 accepted computation trace（接受计算轨迹），\n并在同一算术编码中逐步验证。", fillcolor="#e8f1f8", color="#4e7892"];

-     predicate -> compactformula [label="exact standard-model relation\n精确标准模型关系"];
-     minmeasure -> compactformula [label="same honest payload length\n同一诚实载荷长度"];
-     canonicalnormalize -> compactformula [style=dotted, label="normalization audit only; public guarded verifier remains the target\n仅作规范化审计；目标仍是公开带守卫验证器"];
+     predicate -> resemanticprobe [label="exact standard-model relation\n精确标准模型关系"];
+     minmeasure -> resemanticprobe [label="same honest payload length\n同一诚实载荷长度"];
+     canonicalnormalize -> resemanticprobe [style=dotted, label="normalization audit only\n仅作规范化审计"];
    predicate -> listedconmeta [label="same accepted-code relation\n同一接受码关系"];
    minmeasure -> listedconmeta [label="same payload coordinate\n同一载荷坐标"];
-     listedconmeta -> compactformula [label="arithmetize this exact semantics\n算术化这一精确语义"];
+     listedconmeta -> resemanticprobe [label="generic semantic representation\n通用定性语义表示"];
    canonicalnormalize -> listedconmeta [label="pointwise same-cutoff equivalence\n逐点同截断值等价"];
    polytime -> arithinput [label="same packed inputs and bit-cost coordinate\n同一打包输入与位成本坐标"];
    arithinput -> tokenstream [label="primitive-recursive payload and Nat-prefix base\n原始递归载荷与自然数前缀基础"];
    tokenstream -> bitsync [label="exact arbitrary-input stream semantics\n任意输入流精确语义"];
    tokenstream -> syntaxparser [label="bounded exact tokenization\n有界精确记号化"];
    bitsync -> syntaxbitsync [label="exact bit suffix invariant\n精确位后缀不变量"];
    syntaxparser -> syntaxbitsync [label="same term/formula token grammar\n同一项/公式 token 文法"];
    syntaxparser -> syntaxinversion [label="backward typed realization invariant\n反向类型化实现不变量"];
    syntaxinversion -> numericvalues [label="arbitrary syntax success is canonical\n任意语法成功均为真实规范前缀"];
    syntaxinversion -> closedformula [label="typed prefix recovery + no-fvar invariant\n类型化前缀恢复 + 无自由变量不变量"];
    closedformula -> proofparser [label="axm sentence task\n公理叶闭句任务"];
    syntaxparser -> proofparser [label="checked syntax-task machine\n已检查语法任务机"];
    syntaxparser -> certparser [label="induction-body formula parser\n归纳公理体公式解析"];
    syntaxinversion -> proofinversion [label="term / formula arbitrary inversion\n项 / 公式任意反演"];
    proofparser -> proofinversion [label="ten-rule numeric state machine\n十规则纯数值状态机"];
    closedformula -> proofinversion [label="real sentence recovery\n真实闭句恢复"];
    proofinversion -> numericnodefields [label="arbitrary proof success is canonical\n任意证明成功均为真实规范前缀"];
    syntaxinversion -> certinversion [label="induction-formula arbitrary inversion\n归纳公式任意反演"];
    certparser -> certinversion [label="23+4 certificate numeric machines\n23+4 类证书纯数值机"];
    certinversion -> numericnodefields [label="arbitrary certificate success is canonical\n任意证书成功均为真实规范前缀"];
    syntaxbitsync -> numericparser [label="term/formula typed-bit equivalence closed\n项/公式类型化位级等价已闭合"];
    bitsync -> proofbitsync [label="same exact bit suffix\n同一精确位后缀"];
    syntaxbitsync -> proofbitsync [label="typed sequent/term/formula components\n类型化序列/项/公式部件"];
    proofparser -> proofbitsync [label="same ten-rule token grammar\n同一十规则 token 文法"];
    bitsync -> certbitsync [label="same exact bit suffix\n同一精确位后缀"];
    syntaxbitsync -> certbitsync [label="induction-body formula synchronization\n归纳公式体同步"];
    certparser -> certbitsync [label="same 23+4 token grammar\n同一 23+4 类 token 文法"];
    proofbitsync -> numericparser [label="typed proof bit equivalence closed\n证明树类型化位级等价已闭合"];
    certbitsync -> numericparser [label="typed certificate bit equivalence closed\n证书类型化位级等价已闭合"];
    arithinput -> packedtokensync [label="same sentinel-packed inputs\n同一哨兵位打包输入"];
    tokenstream -> packedtokensync [label="primitive-recursive full tokenization\n原始递归完整 token 化"];
    proofbitsync -> packedtokensync [label="proof segment equivalence\n证明段等价"];
    certbitsync -> packedtokensync [label="certificate segment equivalence\n证书段等价"];
    packedtokensync -> numericvalues [label="same public token streams\n同一公开 token 流"];
    numericvalues -> numericchecks [label="exact numeric syntax values\n精确数值语法值"];
    numericvalues -> numericnodefields [label="sequent / formula / term immediate fields\n序列 / 公式 / 项立即字段"];
    numericchecks -> numericrules [label="same local list decisions\n同一局部列表判定"];
    numericvalues -> numericconstructors [label="canonical token values\n规范 token 值"];
    numericconstructors -> numericrules [label="six direct formula constructors\n六种直接公式构造"];
    numericvalues -> numericnegation [label="same parser task semantics\n同一解析任务语义"];
    numericnegation -> numericrules [label="exact De Morgan token transform\n精确 De Morgan 记号变换"];
    numericvalues -> numericshift [label="same parser task semantics\n同一解析任务语义"];
    numericshift -> numericrules [label="exact free-index successor transform\n精确自由变量后继变换"];
    numericvalues -> numericfree [label="same parser task and binder arity\n同一解析任务与绑定元数"];
    numericfree -> numericrules [label="exact arity-lowering free transform\n精确降元自由化变换"];
    numericvalues -> numericsubstitution [label="same parser task and witness tokens\n同一解析任务与见证记号"];
    numericsubstitution -> numericrules [label="exact qpow substitution transform\n精确量词下代入变换"];
    numericvalues -> numericfixitr [label="same parser task and binder arity\n同一解析任务与绑定元数"];
    numericfixitr -> numericparser [label="exact qpow fixitr transform\n精确量词下变量捕获变换"];
    numericconstructors -> numericsuccind [label="or / all token constructors\n析取 / 全称量词记号构造"];
    numericnegation -> numericsuccind [label="three exact negations\n三次精确否定"];
    numericshift -> numericsuccind [label="open-substitution namespace shift\n开放代入命名空间移位"];
    numericsubstitution -> numericsuccind [label="four exact substitution executions\n四条精确代入执行"];
    numericfixitr -> numericsuccind [label="capture open witnesses\n捕获开放见证"];
    numericsuccind -> numericguardedinduction [label="exact succInd(body) tokens\n精确后继归纳公式记号"];
    numericvalues -> numericfvsup [label="same checked syntax-task stack\n同一已检查语法任务栈"];
    numericsuccind -> numericfvsup [label="compute closure depth of succInd(body)\n计算归纳公式闭包深度"];
    numericfvsup -> numericguardedinduction [label="exact formula.fvSup value\n精确公式自由变量上确界"];
    numericfixitr -> numericallclosure [label="capture depth free variables first\n先捕获 depth 个自由变量"];
    numericfvsup -> numericallclosure [label="same exact closure depth\n同一精确闭包深度"];
    numericallclosure -> numericguardedinduction [label="guarded exact all-closure tokens\n带守卫精确全称闭包记号"];
    numericvalues -> numerictokenbitlength [label="candidate canonical token stream\n候选公式规范记号流"];
    numerictokenbitlength -> numericguardedinduction [label="actual candidate formulaCode bit length\n候选公式码真实位长"];
    numericfixitr -> numericguardedinduction [label="capture only after guard\n仅在守卫通过后捕获变量"];
    certbitsync -> numericguardedinduction [label="tag 22 induction body\n标签 22 归纳公式体"];
    numericguardedinduction -> numericallaxioms [label="guarded tag 22 exact result\n带守卫标签 22 精确结果"];
    certbitsync -> numericfixedaxioms [label="same PA-certificate tags and parameters\n同一 PA 证书标签与参数"];
    numericfixedaxioms -> numericallaxioms [label="tags 0..21 exact sentence tokens\n标签 0..21 精确公理句记号"];
    certinversion -> numericallaxioms [label="exact arbitrary certificate-token inversion\n任意证书记号精确反演"];
    numericallaxioms -> numericrules [label="axm branch comparator\n公理叶比较器"];
    numericrules -> numericparser [label="all ten local Boolean combiners closed\n十条局部布尔合并器全部闭合"];
    numericnodefields -> numericparser [label="exact child-stream scheduling inputs\n精确子流调度输入"];
-     numericparser -> compactformula [label="same numeric machine graph\n同一纯数值机器图"];
+     numericparser -> resemanticprobe [label="exact semantics audit\n精确语义审计"];
+     numericparser -> directtrace [label="same bounded state machine\n同一有界状态机"];
+     predicate -> directtrace [label="exact accepted-code equivalence\n接受码关系精确等价"];
+     directtrace -> compactformula [label="replace global equality by local tableau and explicit coding\n把全局等式改为局部计算表并显式编码"];
+     predicate -> compactformula [label="same accepted-code target\n同一接受码目标"];
+     minmeasure -> compactformula [label="same honest payload cutoff\n同一诚实载荷截断"];
+     listedconmeta -> compactformula [label="same finite-consistency target\n同一有限一致性目标"];
+     resemanticprobe -> compactformula [style=dotted, arrowhead=none, constraint=false, label="semantic specification only; rfind program is not reused\n只保留语义规格；不复用最小化程序"];
    compactformula -> patrace [label="fixed formula and binary numerals\n固定公式与二进制数词"];
    internalnote -> patrace [style=dotted, arrowhead=none, constraint=false];
    patrace -> suitable;
    suitable -> cond0;
    suitable -> cond1;
    suitable -> cond2;
    suitable -> cond3;
    predicate -> mpcompiler [label="same public verifier\n同一公开验证器"];
    canonicalnormalize -> mpcompiler [label="decoded payload never grows\n解码规范化不增长"];
    mpcompiler -> cond3 [style=dotted, label="external compiler closed; PA internal proof remains\n外部编译已闭合；仍需 PA 内部短证明"];
    predicate -> conjcompiler [label="same public verifier\n同一公开验证器"];
    canonicalnormalize -> conjcompiler [label="decoded payload never grows\n解码规范化不增长"];
    conjcompiler -> proofassembly [style=dotted, label="external conjunction primitive closed\n外部合取原语已闭合"];
    compactformula -> qdiagonal [style=dotted, arrowhead=none, constraint=false, label="later instantiate the closed generic compiler at concrete P\n后续把已闭合通用编译器实例化到具体 P"];
    suitable -> qdiagonal [style=dotted, arrowhead=none, constraint=false, label="concrete P conditions belong to later assembly\n具体 P 条件属于后续拼接"];
    transformcode -> qdiagonal [label="formula-instance size bound already checked\n公式实例大小界已检查"];
    cond0 -> proofassembly;
    cond1 -> proofassembly;
    cond2 -> proofassembly;
    cond3 -> proofassembly;
    qdiagonal -> proofassembly;
    proofassembly -> exponentextract;
    paconsistency -> exponentextract;
    exponentextract -> diagonal;
  }

  subgraph cluster_buss {
    label="H. Buss-Pudlak lower bound（布斯-普德拉克下界）";
    color="#9a9a9a";
    style="rounded,dashed";

    family [label="F_n = Con_T((f(n))^c)\n有限一致性公式族\nsame T / proof system / symbol length\n同一理论 / 证明系统 / 符号长度", fillcolor="#f3f3f3", color="#777777", style="rounded,filled,dashed"];
    rescale [label="Buss 1994 Theorem 5\n布斯 1994 第 5 定理\ntime-constructible rescaling\n时间可构造重标定", fillcolor="#f3f3f3", color="#777777", style="rounded,filled,dashed", penwidth=2.0];
    lower [label="minProofLength(F_n) > U(n) eventually\n最短证明长度最终大于 U(n)\nsuper-polynomial lower bound（超多项式下界）", fillcolor="#e9e3f5", color="#76639a", style="rounded,filled,dashed", penwidth=2.0];
    lowernote [shape=note, label="关键注释：文献下界只能用于原文满足条件的\nformula family（公式族）、proof system（证明系统）\n和 symbol length（符号长度）；名字相似不能替代对象恒等。", fillcolor="#e8f1f8", color="#4e7892"];

    compactformula -> family [label="same CompactProof predicate\n同一紧凑证明谓词"];
    minmeasure -> family [label="exact minimum length coordinate\n精确最短长度坐标"];
    diagonal -> rescale [label="power lower-bound seed\n幂下界种子"];
    family -> rescale;
    rescale -> lower [label="explicit time-constructible f\n显式时间可构造函数 f"];
    lowernote -> rescale [style=dotted, arrowhead=none, constraint=false];
  }

  subgraph cluster_collision {
    label="I. Same-object upper bound and collision（同对象上界与碰撞）";
    color="#9a9a9a";
    style="rounded,dashed";

    sondowcert [label="Sondow checked certificates\n索多已检查证书\nassume gamma rational（假设欧拉常数有理）\n本节点只表示证书已检查，不等于同对象上界已完成", fillcolor="#dff2e8", color="#3f7c66"];
    samecompiler [label="Sondow same-object compiler\n索多同对象编译器\ncertificate -> real proof of the same F_n\n证书 -> 同一 F_n 的真实证明", fillcolor="#f3f3f3", color="#777777", style="rounded,filled,dashed"];
    upper [label="minProofLength(F_n) <= U(n)\n最短证明长度不超过多项式 U(n)\npolynomial upper bound（多项式上界）\n等待 same-object compiler（同对象编译器）", fillcolor="#f3f3f3", color="#777777", style="rounded,filled,dashed"];
    collision [label="U(N) < minProofLength(F_N) <= U(N)\n同一 N、同一公式、同一检查器、同一长度的矛盾\ncollision theorem（碰撞定理）", fillcolor="#f8d9d6", color="#a8443d", style="rounded,filled,dashed", penwidth=2.5];
    final [label="not is_rational euler_mascheroni\n欧拉-马歇罗尼常数非有理\n仅在全部上游根定理闭合后成立", fillcolor="#f8d9d6", color="#a8443d", style="rounded,filled,dashed", penwidth=2.5];
    samenote [shape=note, label="关键注释：碰撞必须是同一 N、同一 F_N、\n同一 checker（检查器）和同一 length measure（长度度量）。\n只证明两个抽象接口各自存在不能形成碰撞。", fillcolor="#e8f1f8", color="#4e7892"];

    sondowcert -> samecompiler;
    family -> samecompiler [label="formula identity\n公式恒等"];
    predicate -> samecompiler [label="same checker/length\n同一检查器/长度"];
    minmeasure -> samecompiler [label="same minimum payload measure\n同一最短载荷度量"];
    samecompiler -> upper [label="canonical accepted proof code\n规范且被接受的证明码"];
    upper -> collision [label="same F_N / same length\n同一 F_N / 同一长度"];
    lower -> collision [label="same F_N / same length\n同一 F_N / 同一长度"];
    samenote -> collision [style=dotted, arrowhead=none, constraint=false];
    collision -> final;
  }

  subgraph cluster_audit {
    label="J. Submission-grade audit gates（投稿级审计门）";
    color="#76639a";
    style="rounded";

    axioms [label="#print axioms audit（公理画像审计）\n已完成节点仅依赖：\npropext（命题外延）\nClassical.choice（经典选择）\nQuot.sound（商类型可靠性）", fillcolor="#e9e3f5", color="#76639a"];
    forbidden [label="Forbidden project assumptions（禁止项目级假设）\nno tail_gap（无尾部间隙参数）\nno upper_provider（无上界提供者参数）\nno project proof_length（无项目证明长度公设）\nno sorryAx（无未完成证明公设）", fillcolor="#e9e3f5", color="#76639a"];
    gate [label="Final dependency audit（最终依赖审计）\nsame formula / parameter / checker / measure\n同一公式 / 参数 / 检查器 / 度量", fillcolor="#e9e3f5", color="#76639a", penwidth=2.0];

    totalcanonical -> axioms [style=dotted];
    publiciff -> axioms [style=dotted];
    completeness -> axioms [style=dotted];
    nattrace -> axioms [style=dotted];
    polytime -> forbidden [style=dashed];
    diagonal -> forbidden [style=dashed];
    samecompiler -> forbidden [style=dashed];
    lower -> gate;
    upper -> gate;
    axioms -> gate;
    forbidden -> gate;
    gate -> collision [style=dashed, label="audit pass\n审计通过"];
  }

  subgraph cluster_rejected_routes {
    label="K. Rejected historical routes（经审计弃用的历史路线；不通向主结论）";
    color="#a8443d";
    style="rounded,dashed";

    rawgodel [label="Nat.size(rawProofCode) lower bound\n原始哥德尔证明码位长下界\nunary-numeral encoding artifact（一元数词编码伪影）", fillcolor="#f8d9d6", color="#a8443d", style="rounded,filled,dashed"];
    postfixraw [label="Postfix checker rebuilding rawCode\n重建 rawCode 的后缀检查器\nprimitive recursive != polynomial time\n原始递归不等于多项式时间", fillcolor="#f8d9d6", color="#a8443d", style="rounded,filled,dashed"];
    abstractgap [label="tail_gap / computable_gap input\n尾部间隙 / 可计算间隙输入\nassumes the lower bound（预设下界）", fillcolor="#f8d9d6", color="#a8443d", style="rounded,filled,dashed"];
    abstractupper [label="upper_provider input\n上界提供者输入\nassumes the Sondow bridge（预设索多桥）", fillcolor="#f8d9d6", color="#a8443d", style="rounded,filled,dashed"];
    unsimulated [label="Unproved Hilbert-system simulation\n未证明的 Hilbert 系统模拟\nwrong/uncalibrated proof measure\n错误或未校准的证明度量", fillcolor="#f8d9d6", color="#a8443d", style="rounded,filled,dashed"];
    graft [label="strengthened_to_partial / transfer_to_graft\n加强到部分 / 嫁接转移接口\ninterface packaging without source theorem\n只有接口包装、没有源定理", fillcolor="#f8d9d6", color="#a8443d", style="rounded,filled,dashed"];
    rejectednote [shape=note, label="弃用判据：编码伪影、循环输入、对象错位，\n或只给接口而没有根定理。\n本区域没有任何边连接最终碰撞定理。", fillcolor="#fff1f0", color="#a8443d"];

    rawgodel -> postfixraw [style=dotted, color="#a8443d"];
    abstractgap -> graft [style=dotted, color="#a8443d"];
    abstractupper -> graft [style=dotted, color="#a8443d"];
    unsimulated -> graft [style=dotted, color="#a8443d"];
    rejectednote -> graft [style=dotted, arrowhead=none, color="#a8443d"];
  }
}
